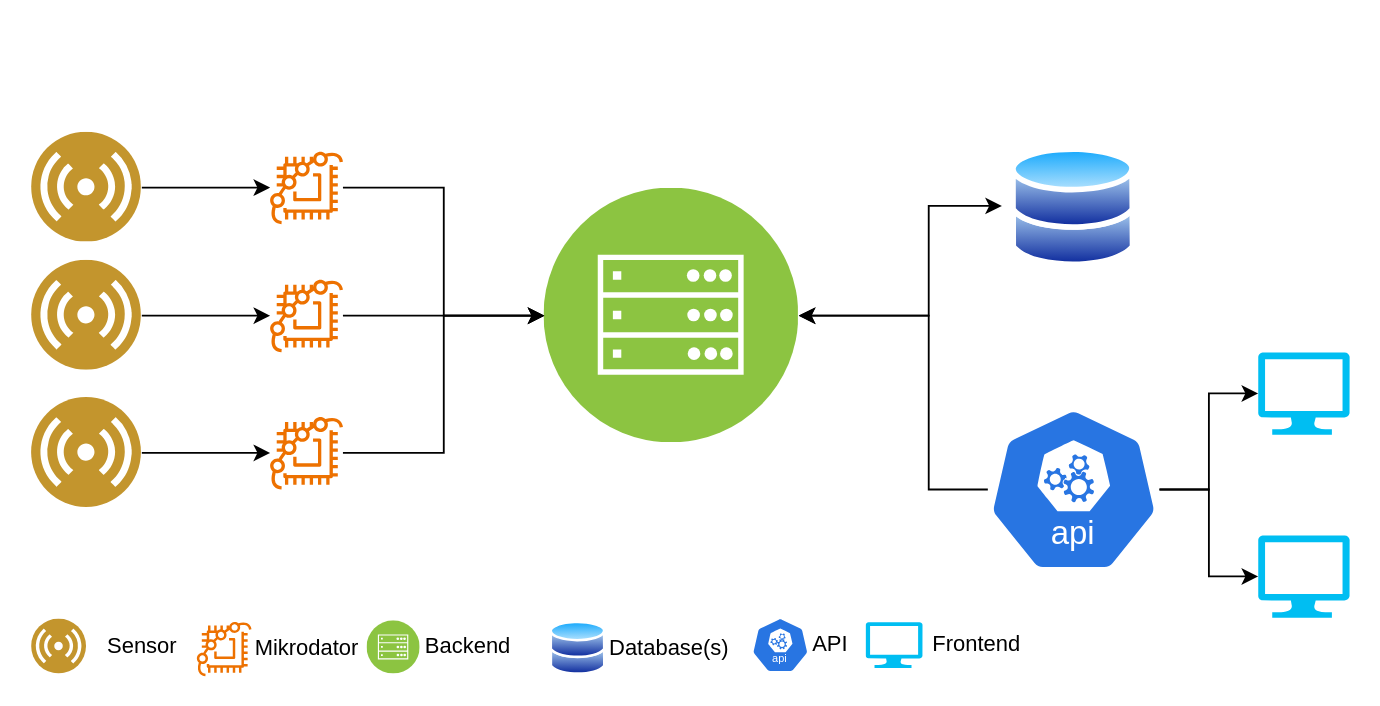
This is documentation/ArkitekturDesign.drawio from albinens/IMSX16_Kandidatarbete, a draw.io file, before an edit. Source tidied: cells renumbered, new cells numbered last; positions are measured from the earlier drawing's top-left corner, leaving out a move shared by most shapes. Both pictures are drawn from the tidied source at 183%, with x=0, y=0 at pixel (31, 132).
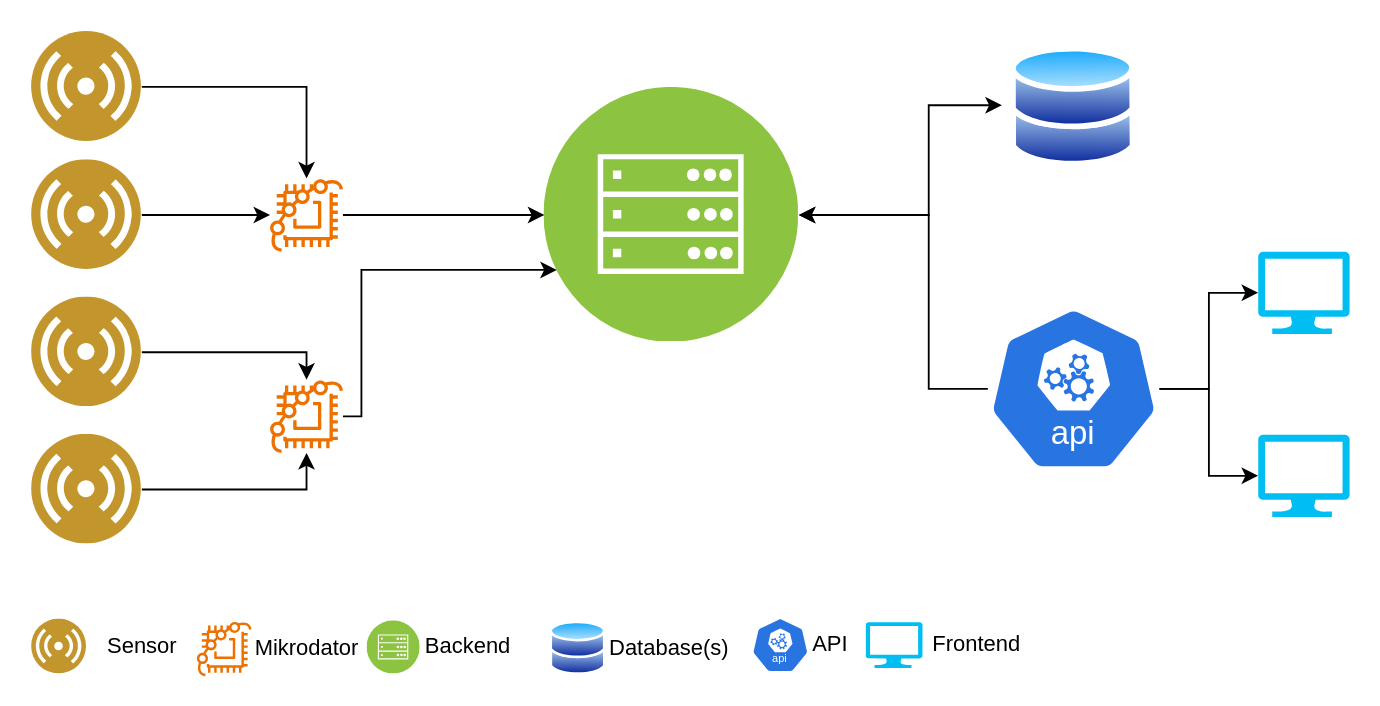
After the change.

Diff of the diagram source:
```diff
@@
     <mxCell id="2" style="image;perimeter=ellipsePerimeter;html=1;align=center;shadow=0;dashed=0;fontColor=#4277BB;labelBackgroundColor=default;fontSize=12;spacingTop=3;image=img/lib/ibm/users/sensor.svg;" parent="1" vertex="1">
-      <mxGeometry width="60" height="60" as="geometry" />
+      <mxGeometry y="-55" width="60" height="60" as="geometry" />
     </mxCell>
-    <mxCell id="3" style="edgeStyle=orthogonalEdgeStyle;rounded=0;jettySize=auto;html=1;entryX=0;entryY=0.5;entryDx=0;entryDy=0;" parent="1" edge="1" source="10" target="8">
-      <mxGeometry relative="1" as="geometry" />
-    </mxCell>
-    <mxCell id="4" style="endArrow=classic;html=1;rounded=0;exitX=1;exitY=0.5;exitDx=0;exitDy=0;" parent="1" edge="1" source="2" target="10">
-      <mxGeometry relative="1" as="geometry" />
+    <mxCell id="4" style="endArrow=classic;html=1;rounded=0;exitX=1;exitY=0.5;exitDx=0;exitDy=0;" parent="1" edge="1" source="2" target="14">
+      <mxGeometry relative="1" as="geometry">
+        <Array as="points">
+          <mxPoint x="150" y="-25" />
+        </Array>
+      </mxGeometry>
     </mxCell>
     <mxCell id="5" style="edgeStyle=orthogonalEdgeStyle;rounded=0;jettySize=auto;html=1;entryX=1;entryY=0.5;entryDx=0;entryDy=0;" parent="1" edge="1" source="6" target="8">
       <mxGeometry relative="1" as="geometry">
         <Array as="points">
-          <mxPoint x="490" y="195" />
-          <mxPoint x="490" y="100" />
+          <mxPoint x="490" y="140" />
+          <mxPoint x="490" y="45" />
         </Array>
       </mxGeometry>
     </mxCell>
     <mxCell id="6" style="sketch=0;html=1;dashed=0;whitespace=wrap;fillColor=#2875E2;strokeColor=#ffffff;points=[[0.005,0.63,0],[0.1,0.2,0],[0.9,0.2,0],[0.5,0,0],[0.995,0.63,0],[0.72,0.99,0],[0.5,1,0],[0.28,0.99,0]];shape=mxgraph.kubernetes.icon2;kubernetesLabel=1;prIcon=api;" parent="1" vertex="1">
-      <mxGeometry x="522.3" y="150" width="93.8" height="90" as="geometry" />
+      <mxGeometry x="522.3" y="95" width="93.8" height="90" as="geometry" />
     </mxCell>
     <mxCell id="7" style="edgeStyle=orthogonalEdgeStyle;rounded=0;jettySize=auto;html=1;startArrow=classic;startFill=1;" parent="1" edge="1" source="8">
       <mxGeometry relative="1" as="geometry">
-        <mxPoint x="530" y="40" as="targetPoint" />
+        <mxPoint x="530" y="-15" as="targetPoint" />
         <Array as="points">
-          <mxPoint x="490" y="100" />
-          <mxPoint x="490" y="40" />
+          <mxPoint x="490" y="45" />
+          <mxPoint x="490" y="-15" />
         </Array>
       </mxGeometry>
     </mxCell>
     <mxCell id="8" style="image;perimeter=ellipsePerimeter;html=1;align=center;shadow=0;dashed=0;fontColor=#4277BB;labelBackgroundColor=default;fontSize=12;spacingTop=3;image=img/lib/ibm/infrastructure/mobile_backend.svg;" parent="1" vertex="1">
-      <mxGeometry x="280" y="30.5" width="139" height="139" as="geometry" />
+      <mxGeometry x="280" y="-24.5" width="139" height="139" as="geometry" />
     </mxCell>
     <mxCell id="9" style="image;perimeter=ellipsePerimeter;html=1;align=center;shadow=0;dashed=0;spacingTop=3;image=img/lib/active_directory/databases.svg;" parent="1" vertex="1">
-      <mxGeometry x="535" y="7.5" width="68.4" height="67" as="geometry" />
+      <mxGeometry x="535" y="-47.5" width="68.4" height="67" as="geometry" />
     </mxCell>
-    <mxCell id="10" style="sketch=0;outlineConnect=0;fontColor=#232F3E;gradientColor=none;fillColor=#ED7100;strokeColor=none;dashed=0;verticalLabelPosition=bottom;verticalAlign=top;align=center;html=1;fontSize=12;fontStyle=0;shape=mxgraph.aws4.braket_chip;" parent="1" vertex="1">
-      <mxGeometry x="130" y="10" width="40" height="40" as="geometry" />
-    </mxCell>
     <mxCell id="11" style="image;perimeter=ellipsePerimeter;html=1;align=center;shadow=0;dashed=0;fontColor=#4277BB;labelBackgroundColor=default;fontSize=12;spacingTop=3;image=img/lib/ibm/users/sensor.svg;" parent="1" vertex="1">
-      <mxGeometry y="70" width="60" height="60" as="geometry" />
+      <mxGeometry y="15" width="60" height="60" as="geometry" />
     </mxCell>
@@
     <mxCell id="14" style="sketch=0;outlineConnect=0;fontColor=#232F3E;gradientColor=none;fillColor=#ED7100;strokeColor=none;dashed=0;verticalLabelPosition=bottom;verticalAlign=top;align=center;html=1;fontSize=12;fontStyle=0;shape=mxgraph.aws4.braket_chip;" parent="1" vertex="1">
-      <mxGeometry x="130" y="80" width="40" height="40" as="geometry" />
+      <mxGeometry x="130" y="25" width="40" height="40" as="geometry" />
     </mxCell>
     <mxCell id="15" style="image;perimeter=ellipsePerimeter;html=1;align=center;shadow=0;dashed=0;fontColor=#4277BB;labelBackgroundColor=default;fontSize=12;spacingTop=3;image=img/lib/ibm/users/sensor.svg;" parent="1" vertex="1">
-      <mxGeometry y="145" width="60" height="60" as="geometry" />
+      <mxGeometry y="90" width="60" height="60" as="geometry" />
     </mxCell>
-    <mxCell id="16" style="endArrow=classic;html=1;rounded=0;exitX=1;exitY=0.5;exitDx=0;exitDy=0;" parent="1" edge="1" source="15" target="18">
-      <mxGeometry relative="1" as="geometry" />
+    <mxCell id="16" style="endArrow=classic;html=1;rounded=0;exitX=1;exitY=0.5;exitDx=0;exitDy=0;" parent="1" edge="1" source="15" target="38">
+      <mxGeometry relative="1" as="geometry">
+        <Array as="points">
+          <mxPoint x="150" y="120" />
+        </Array>
+      </mxGeometry>
     </mxCell>
-    <mxCell id="17" style="edgeStyle=orthogonalEdgeStyle;rounded=0;jettySize=auto;html=1;entryX=0;entryY=0.5;entryDx=0;entryDy=0;" parent="1" edge="1" source="18" target="8">
-      <mxGeometry relative="1" as="geometry" />
-    </mxCell>
-    <mxCell id="18" style="sketch=0;outlineConnect=0;fontColor=#232F3E;gradientColor=none;fillColor=#ED7100;strokeColor=none;dashed=0;verticalLabelPosition=bottom;verticalAlign=top;align=center;html=1;fontSize=12;fontStyle=0;shape=mxgraph.aws4.braket_chip;" parent="1" vertex="1">
-      <mxGeometry x="130" y="155" width="40" height="40" as="geometry" />
-    </mxCell>
     <mxCell id="19" style="verticalLabelPosition=bottom;html=1;verticalAlign=top;align=center;strokeColor=none;fillColor=#00BEF2;shape=mxgraph.azure.computer;" parent="1" vertex="1">
-      <mxGeometry x="670" y="120" width="50" height="45" as="geometry" />
+      <mxGeometry x="670" y="65" width="50" height="45" as="geometry" />
     </mxCell>
     <mxCell id="20" style="verticalLabelPosition=bottom;html=1;verticalAlign=top;align=center;strokeColor=none;fillColor=#00BEF2;shape=mxgraph.azure.computer;" parent="1" vertex="1">
-      <mxGeometry x="670" y="220" width="50" height="45" as="geometry" />
+      <mxGeometry x="670" y="165" width="50" height="45" as="geometry" />
     </mxCell>
@@
+    <mxCell id="35" style="edgeStyle=orthogonalEdgeStyle;rounded=0;jettySize=auto;html=1;" parent="1" edge="1" source="36" target="38">
+      <mxGeometry relative="1" as="geometry">
+        <Array as="points">
+          <mxPoint x="150" y="195" />
+        </Array>
+      </mxGeometry>
+    </mxCell>
+    <mxCell id="36" style="image;perimeter=ellipsePerimeter;html=1;align=center;shadow=0;dashed=0;fontColor=#4277BB;labelBackgroundColor=default;fontSize=12;spacingTop=3;image=img/lib/ibm/users/sensor.svg;" parent="1" vertex="1">
+      <mxGeometry y="165" width="60" height="60" as="geometry" />
+    </mxCell>
+    <mxCell id="37" style="edgeStyle=orthogonalEdgeStyle;rounded=0;jettySize=auto;html=1;" parent="1" edge="1" source="38" target="8">
+      <mxGeometry relative="1" as="geometry">
+        <Array as="points">
+          <mxPoint x="180" y="155" />
+          <mxPoint x="180" y="75" />
+        </Array>
+      </mxGeometry>
+    </mxCell>
+    <mxCell id="38" style="sketch=0;outlineConnect=0;fontColor=#232F3E;gradientColor=none;fillColor=#ED7100;strokeColor=none;dashed=0;verticalLabelPosition=bottom;verticalAlign=top;align=center;html=1;fontSize=12;fontStyle=0;shape=mxgraph.aws4.braket_chip;" parent="1" vertex="1">
+      <mxGeometry x="130" y="135" width="40" height="40" as="geometry" />
+    </mxCell>
```
